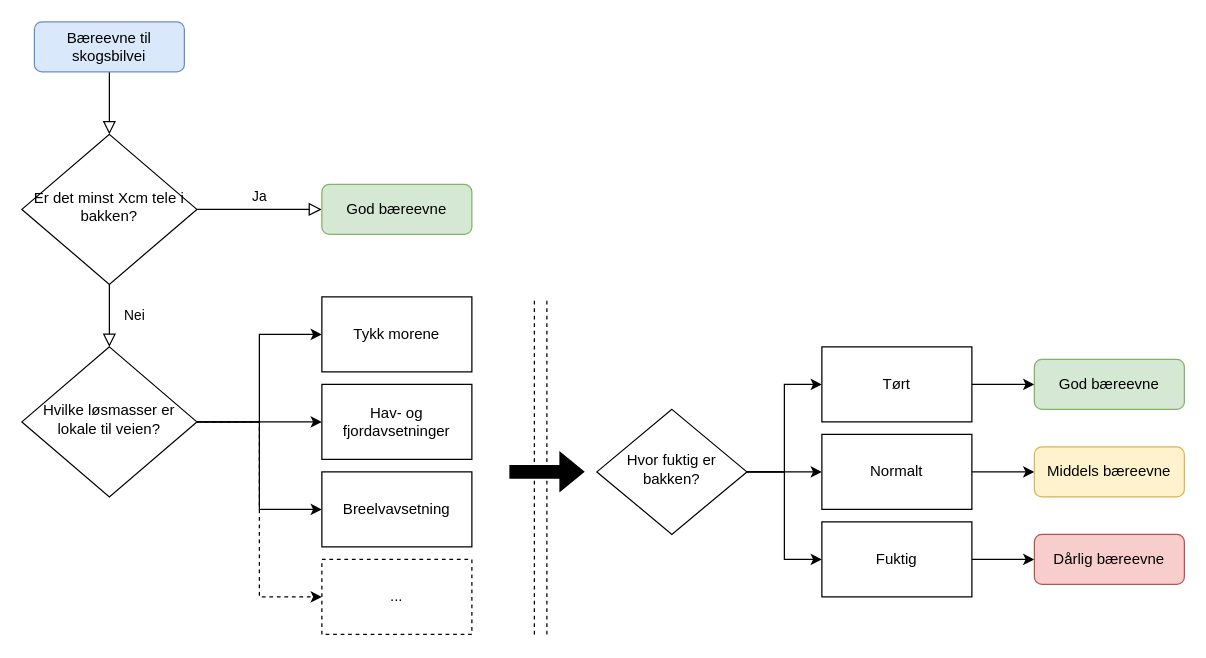
Above: veiklassifikasjon.drawio in skogkursbachelor/diagrams (draw.io), before the change. Source tidied: cells renumbered, new cells numbered last; positions are measured from the earlier drawing's top-left corner, leaving out a move shared by most shapes. Both pictures are drawn from the tidied source at 125%, with x=0, y=0 at pixel (21, 21).
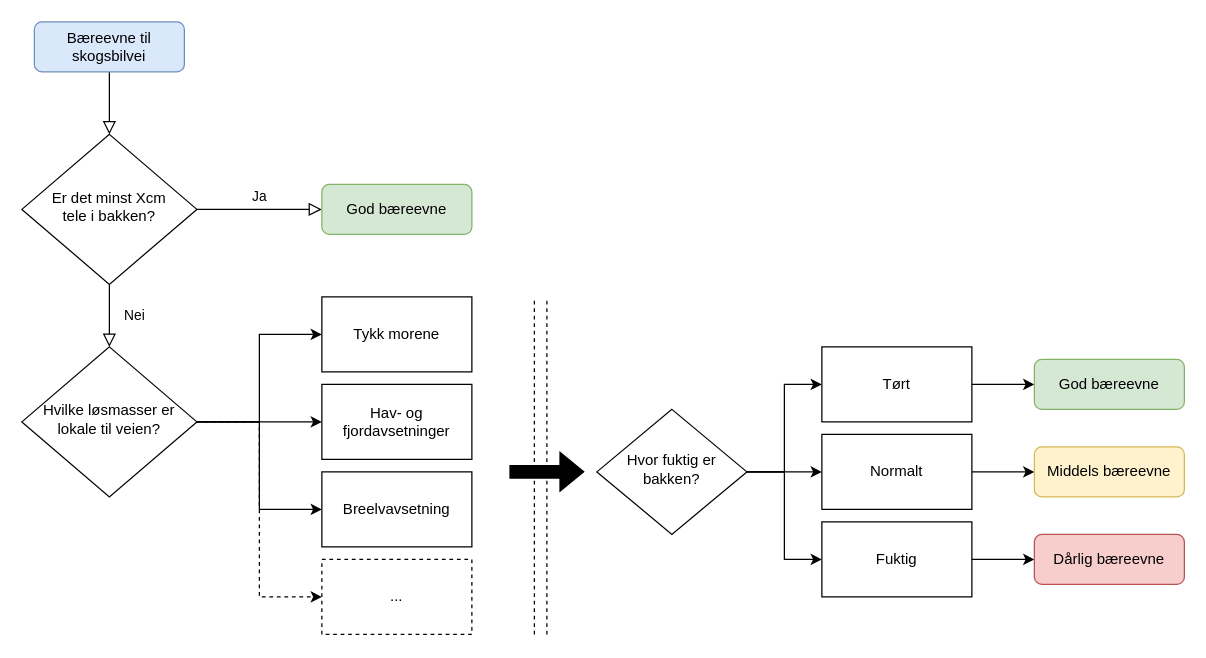
Above is the later version.

The edit, as a diff of the source:
```diff
@@
-    <mxCell id="6" value="&lt;font&gt;Er det minst Xcm tele i bakken?&lt;/font&gt;" style="rhombus;whiteSpace=wrap;shadow=0;fontFamily=Helvetica;fontSize=12;align=center;strokeWidth=1;spacing=6;spacingTop=-4;html=1;" parent="1" vertex="1">
+    <mxCell id="6" value="&lt;font&gt;Er det minst Xcm &lt;br&gt;tele i bakken?&lt;/font&gt;" style="rhombus;whiteSpace=wrap;shadow=0;fontFamily=Helvetica;fontSize=12;align=center;strokeWidth=1;spacing=6;spacingTop=-4;html=1;" parent="1" vertex="1">
       <mxGeometry y="90" width="140" height="120" as="geometry" />
     </mxCell>
```
